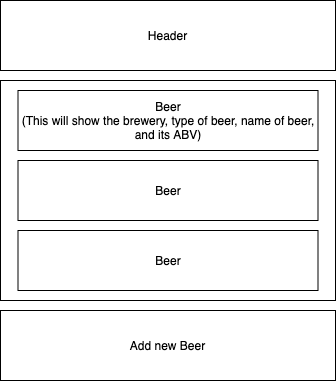
This is taphouse_diagram.png from alexskreen/Tap-Room, a draw.io export, as it was before one commit. Source tidied: cells renumbered, new cells last; positions are measured from the earlier drawing's top-left corner, leaving out a move shared by most shapes. Source of this version:
```xml
<mxGraphModel>
  <root>
    <mxCell id="0" />
    <mxCell id="1" parent="0" />
    <mxCell id="2" style="rounded=0;whiteSpace=wrap;html=1;" parent="1" vertex="1">
      <mxGeometry y="80" width="335" height="220" as="geometry" />
    </mxCell>
    <mxCell id="3" value="Beer&lt;br&gt;(This will show the brewery, type of beer, name of beer, and its ABV)" style="rounded=0;whiteSpace=wrap;html=1;" parent="1" vertex="1">
      <mxGeometry x="17.5" y="90" width="300" height="60" as="geometry" />
    </mxCell>
    <mxCell id="4" value="Header" style="rounded=0;whiteSpace=wrap;html=1;" parent="1" vertex="1">
      <mxGeometry width="335" height="70" as="geometry" />
    </mxCell>
    <mxCell id="5" value="Beer" style="rounded=0;whiteSpace=wrap;html=1;" parent="1" vertex="1">
      <mxGeometry x="17.5" y="160" width="300" height="60" as="geometry" />
    </mxCell>
    <mxCell id="6" value="Beer" style="rounded=0;whiteSpace=wrap;html=1;" parent="1" vertex="1">
      <mxGeometry x="17.5" y="230" width="300" height="60" as="geometry" />
    </mxCell>
    <mxCell id="7" value="Add new Beer" style="rounded=0;whiteSpace=wrap;html=1;" parent="1" vertex="1">
      <mxGeometry y="310" width="335" height="70" as="geometry" />
    </mxCell>
  </root>
</mxGraphModel>
```
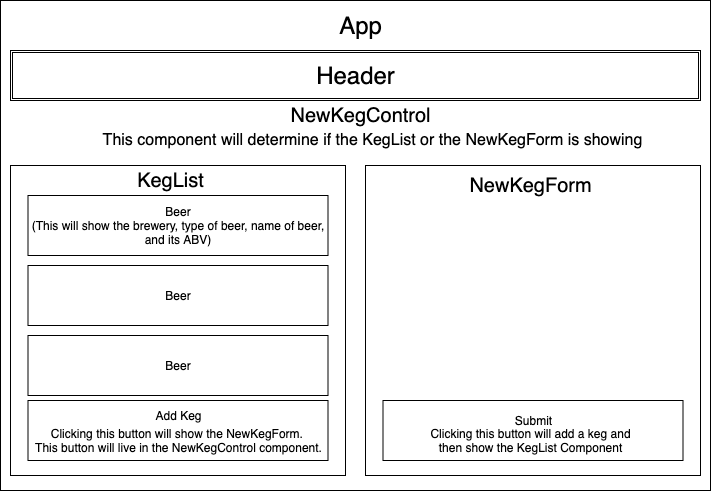
After the commit.

Diff of the diagram source:
```diff
@@ -2,23 +2,65 @@
   <root>
     <mxCell id="0" />
     <mxCell id="1" parent="0" />
+    <mxCell id="8" style="rounded=0;whiteSpace=wrap;html=1;fontSize=20;" parent="1" vertex="1">
+      <mxGeometry x="-10" y="-105" width="710" height="490" as="geometry" />
+    </mxCell>
+    <mxCell id="9" value="&lt;font style=&quot;font-size: 19px&quot;&gt;&lt;br&gt;&lt;/font&gt;" style="rounded=0;whiteSpace=wrap;html=1;" parent="1" vertex="1">
+      <mxGeometry x="355" y="60" width="335" height="310" as="geometry" />
+    </mxCell>
     <mxCell id="2" style="rounded=0;whiteSpace=wrap;html=1;" parent="1" vertex="1">
-      <mxGeometry y="80" width="335" height="220" as="geometry" />
+      <mxGeometry y="60" width="335" height="310" as="geometry" />
     </mxCell>
     <mxCell id="3" value="Beer&lt;br&gt;(This will show the brewery, type of beer, name of beer, and its ABV)" style="rounded=0;whiteSpace=wrap;html=1;" parent="1" vertex="1">
       <mxGeometry x="17.5" y="90" width="300" height="60" as="geometry" />
     </mxCell>
-    <mxCell id="4" value="Header" style="rounded=0;whiteSpace=wrap;html=1;" parent="1" vertex="1">
-      <mxGeometry width="335" height="70" as="geometry" />
-    </mxCell>
     <mxCell id="5" value="Beer" style="rounded=0;whiteSpace=wrap;html=1;" parent="1" vertex="1">
       <mxGeometry x="17.5" y="160" width="300" height="60" as="geometry" />
     </mxCell>
     <mxCell id="6" value="Beer" style="rounded=0;whiteSpace=wrap;html=1;" parent="1" vertex="1">
       <mxGeometry x="17.5" y="230" width="300" height="60" as="geometry" />
     </mxCell>
-    <mxCell id="7" value="Add new Beer" style="rounded=0;whiteSpace=wrap;html=1;" parent="1" vertex="1">
-      <mxGeometry y="310" width="335" height="70" as="geometry" />
-    </mxCell>
+    <mxCell id="10" style="rounded=0;whiteSpace=wrap;html=1;" parent="1" vertex="1">
+      <mxGeometry x="372.5" y="295" width="300" height="60" as="geometry" />
+    </mxCell>
+    <mxCell id="11" value="&lt;font style=&quot;font-size: 24px&quot;&gt;App&lt;/font&gt;" style="text;html=1;align=center;verticalAlign=middle;fontSize=16;" parent="1" vertex="1">
+      <mxGeometry x="320" y="-95" width="60" height="30" as="geometry" />
+    </mxCell>
+    <mxCell id="12" value="NewKegForm" style="text;html=1;align=center;verticalAlign=middle;fontSize=20;" parent="1" vertex="1">
+      <mxGeometry x="450" y="65" width="140" height="30" as="geometry" />
+    </mxCell>
+    <mxCell id="13" value="KegList" style="text;html=1;align=center;verticalAlign=middle;fontSize=20;" parent="1" vertex="1">
+      <mxGeometry x="120" y="60" width="80" height="30" as="geometry" />
+    </mxCell>
+    <mxCell id="14" style="rounded=0;whiteSpace=wrap;html=1;" parent="1" vertex="1">
+      <mxGeometry x="17.5" y="295" width="300" height="60" as="geometry" />
+    </mxCell>
+    <mxCell id="15" style="edgeStyle=orthogonalEdgeStyle;rounded=0;orthogonalLoop=1;jettySize=auto;html=1;exitX=0.5;exitY=1;exitDx=0;exitDy=0;fontSize=20;" parent="1" edge="1" source="2" target="2">
+      <mxGeometry relative="1" as="geometry" />
+    </mxCell>
+    <mxCell id="16" style="shape=ext;double=1;rounded=0;whiteSpace=wrap;html=1;fontSize=20;" parent="1" vertex="1">
+      <mxGeometry y="-55" width="690" height="50" as="geometry" />
+    </mxCell>
+    <mxCell id="4" value="&lt;font style=&quot;font-size: 24px&quot;&gt;Header&lt;/font&gt;" style="text;html=1;align=center;verticalAlign=middle;fontSize=20;" parent="1" vertex="1">
+      <mxGeometry x="300" y="-45" width="90" height="30" as="geometry" />
+    </mxCell>
+    <mxCell id="17" value="NewKegControl" style="text;html=1;align=center;verticalAlign=middle;fontSize=20;" parent="1" vertex="1">
+      <mxGeometry x="270" y="-5" width="160" height="30" as="geometry" />
+    </mxCell>
+    <mxCell id="18" value="This component will determine if the KegList or the NewKegForm is showing" style="text;html=1;align=center;verticalAlign=middle;fontSize=16;" parent="1" vertex="1">
+      <mxGeometry x="82.5" y="25" width="560" height="20" as="geometry" />
+    </mxCell>
+    <mxCell id="19" value="&lt;font style=&quot;font-size: 12px&quot;&gt;Add Keg&lt;/font&gt;" style="text;html=1;align=center;verticalAlign=middle;fontSize=16;" parent="1" vertex="1">
+      <mxGeometry x="137.5" y="295" width="60" height="30" as="geometry" />
+    </mxCell>
+    <mxCell id="20" value="Clicking this button will show the NewKegForm. &lt;br style=&quot;font-size: 12px;&quot;&gt;This button will live in the NewKegControl component." style="text;html=1;align=center;verticalAlign=middle;fontSize=12;" parent="1" vertex="1">
+      <mxGeometry x="17.5" y="320" width="300" height="30" as="geometry" />
+    </mxCell>
+    <mxCell id="21" value="Submit" style="text;html=1;align=center;verticalAlign=middle;fontSize=12;" parent="1" vertex="1">
+      <mxGeometry x="497.5" y="305" width="50" height="20" as="geometry" />
+    </mxCell>
+    <mxCell id="22" value="Clicking this button will add a keg and&lt;br&gt;then show the KegList Component" style="text;html=1;align=center;verticalAlign=middle;fontSize=12;" parent="1" vertex="1">
+      <mxGeometry x="410" y="320" width="220" height="30" as="geometry" />
+    </mxCell>
   </root>
 </mxGraphModel>
```
